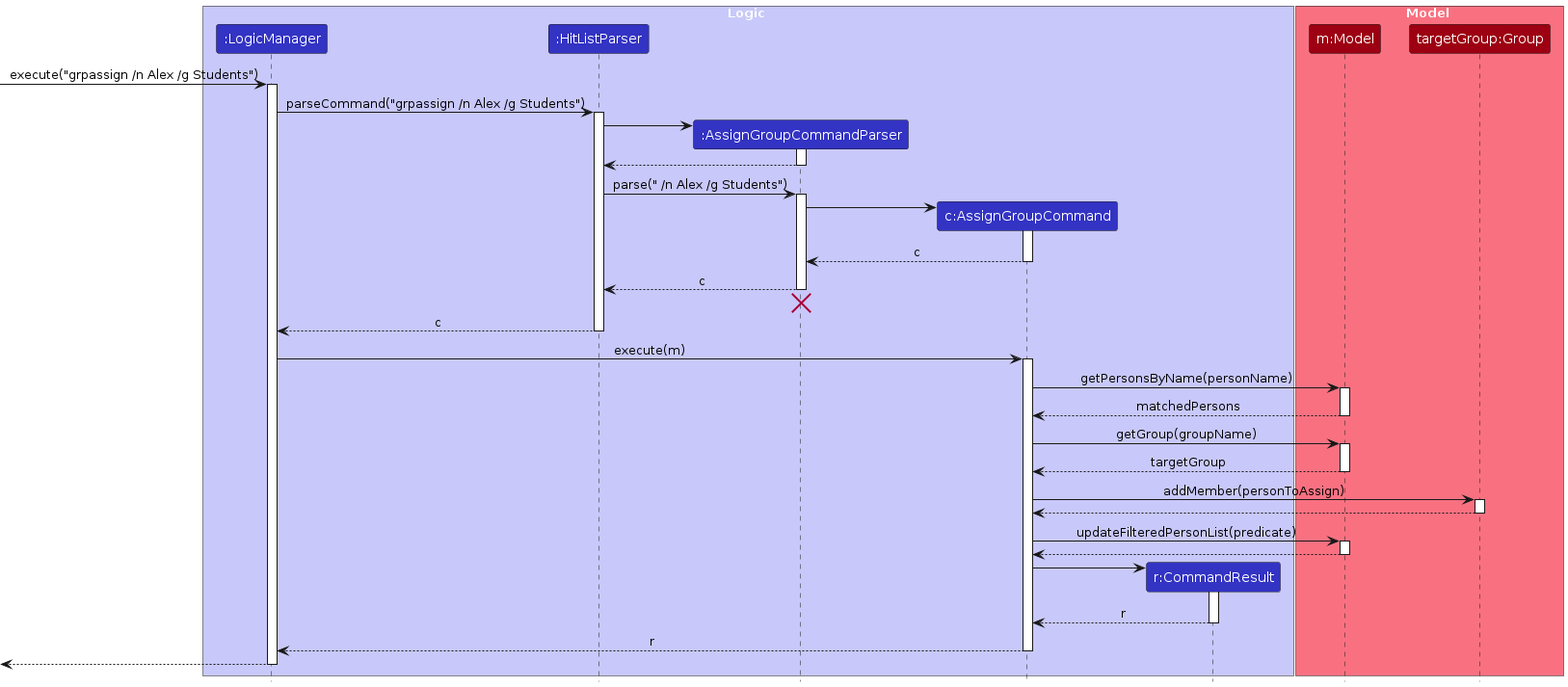
Before: diagrams/assign-group/GroupAssignSequenceDiagram.png, a diagram exported from PlantUML (AY2526S2-CS2103T-W11-2/tp). Its source is kept beside it as diagrams/assign-group/GroupAssignSequenceDiagram.puml.
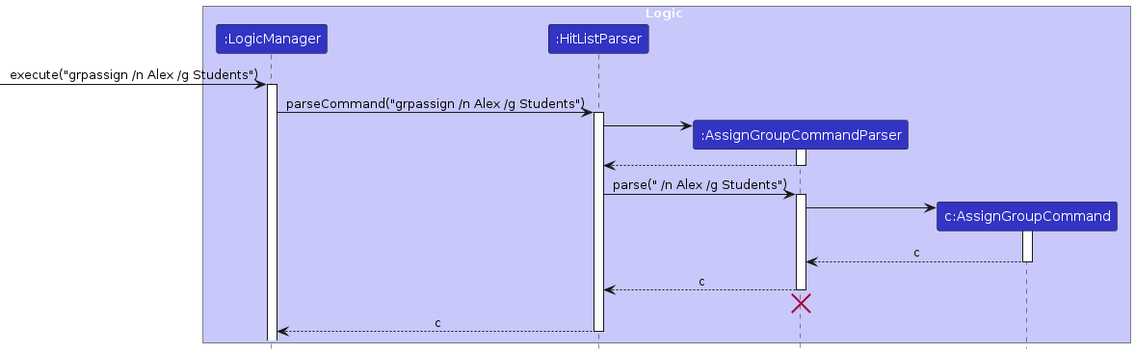
Above is the later version.

Diff of the diagram source:
```diff
@@ -7,12 +7,6 @@
 participant ":HitListParser" as HitListParser LOGIC_COLOR
 participant ":AssignGroupCommandParser" as AssignGroupCommandParser LOGIC_COLOR
 participant "c:AssignGroupCommand" as AssignGroupCommand LOGIC_COLOR
-participant "r:CommandResult" as CommandResult LOGIC_COLOR
-end box
-
-box Model MODEL_COLOR_T1
-participant "m:Model" as Model MODEL_COLOR
-participant "targetGroup:Group" as TargetGroup MODEL_COLOR
 end box
 
 [-> LogicManager : execute("grpassign /n Alex /g Students")
@@ -44,39 +38,4 @@
 
 HitListParser --> LogicManager : c
 deactivate HitListParser
-
-LogicManager -> AssignGroupCommand : execute(m)
-activate AssignGroupCommand
-
-AssignGroupCommand -> Model : getPersonsByName(personName)
-activate Model
-Model --> AssignGroupCommand : matchedPersons
-deactivate Model
-
-AssignGroupCommand -> Model : getGroup(groupName)
-activate Model
-Model --> AssignGroupCommand : targetGroup
-deactivate Model
-
-AssignGroupCommand -> TargetGroup : addMember(personToAssign)
-activate TargetGroup
-TargetGroup --> AssignGroupCommand
-deactivate TargetGroup
-
-AssignGroupCommand -> Model : updateFilteredPersonList(predicate)
-activate Model
-Model --> AssignGroupCommand
-deactivate Model
-
-create CommandResult
-AssignGroupCommand -> CommandResult
-activate CommandResult
-CommandResult --> AssignGroupCommand : r
-deactivate CommandResult
-
-AssignGroupCommand --> LogicManager : r
-deactivate AssignGroupCommand
-
-[<--LogicManager
-deactivate LogicManager
 @enduml
```
